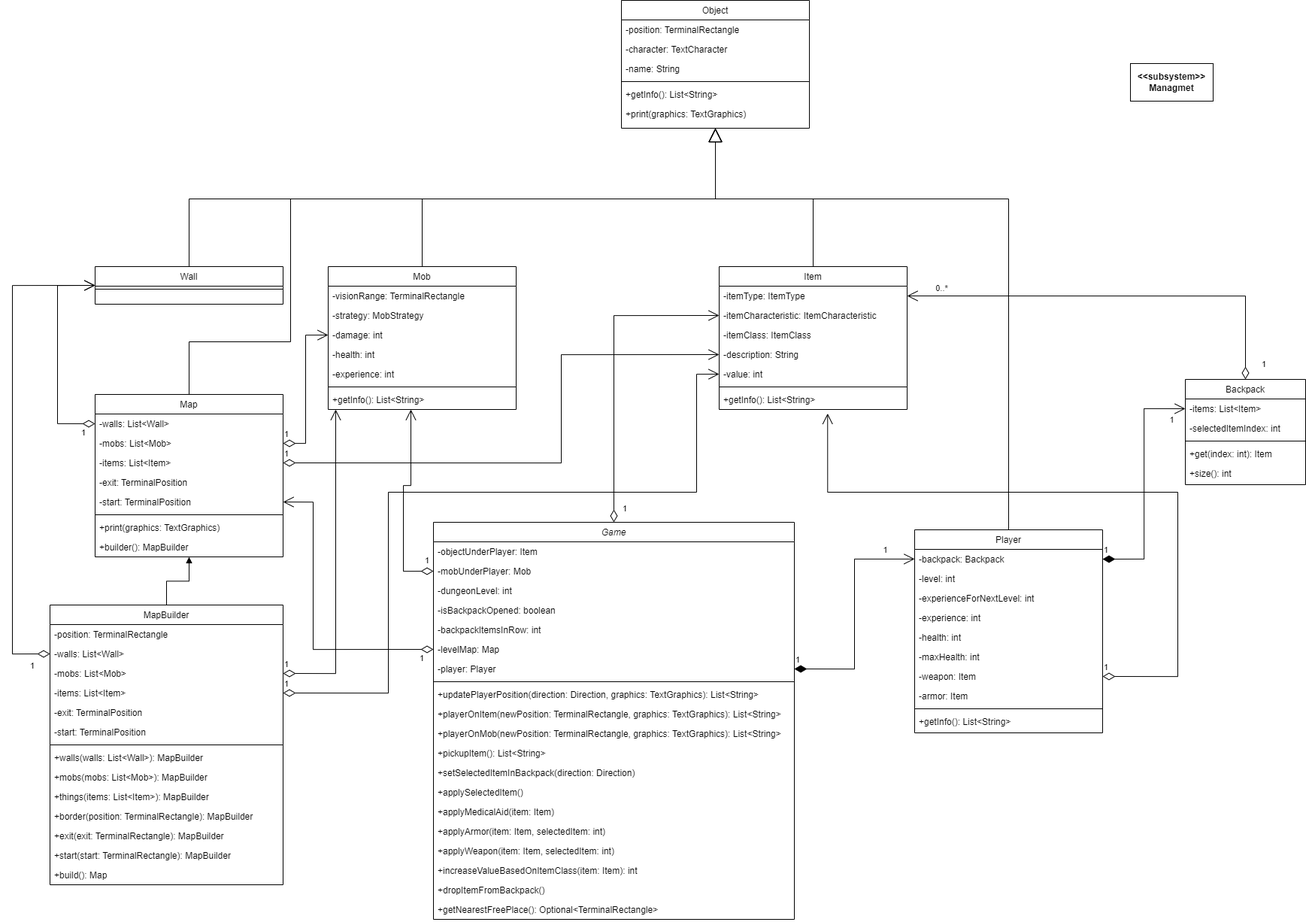
The draw.io diagram images/classDiagramCharacterWithItem.png in MeganDorian/Roguelike, before a commit. Source tidied: cells renumbered, new cells last; positions are measured from the earlier drawing's top-left corner, leaving out a move shared by most shapes.
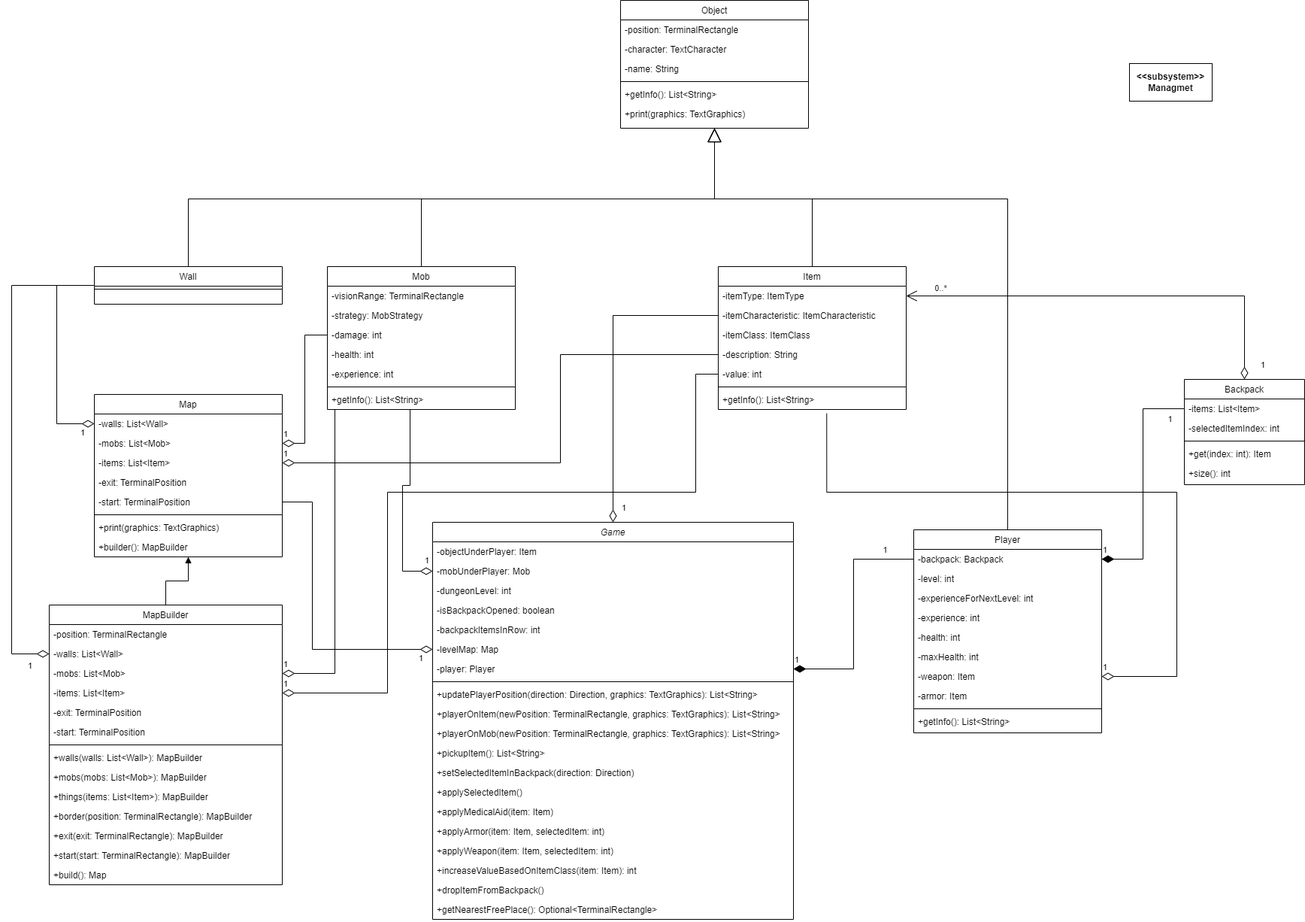
Later version of the same file.

Commit message:
docs: update class diagram

Diff of the diagram source:
```diff
@@ -140,7 +140,7 @@
     <mxCell id="47" value="+size(): int" style="text;align=left;verticalAlign=top;spacingLeft=4;spacingRight=4;overflow=hidden;" parent="42" vertex="1">
       <mxGeometry y="112" width="160" height="26" as="geometry" />
     </mxCell>
-    <mxCell id="48" value="1" style="endArrow=open;html=1;endSize=12;startArrow=diamondThin;startSize=14;startFill=1;edgeStyle=orthogonalEdgeStyle;align=left;verticalAlign=bottom;rounded=0;exitX=1;exitY=0.5;exitDx=0;exitDy=0;" parent="1" edge="1" source="9" target="32">
+    <mxCell id="48" value="1" style="endArrow=none;html=1;endSize=12;startArrow=diamondThin;startSize=14;startFill=1;edgeStyle=orthogonalEdgeStyle;align=left;verticalAlign=bottom;rounded=0;exitX=1;exitY=0.5;exitDx=0;exitDy=0;endFill=0;" parent="1" edge="1" source="9" target="32">
       <mxGeometry x="-1" y="3" relative="1" as="geometry" />
     </mxCell>
     <mxCell id="49" value="1" style="edgeLabel;html=1;align=center;verticalAlign=middle;" parent="48" vertex="1">
@@ -148,7 +148,7 @@
         <mxPoint y="-12" as="offset" />
       </mxGeometry>
     </mxCell>
-    <mxCell id="50" value="1" style="endArrow=open;html=1;endSize=12;startArrow=diamondThin;startSize=14;startFill=1;edgeStyle=orthogonalEdgeStyle;align=left;verticalAlign=bottom;rounded=0;exitX=1;exitY=0.5;exitDx=0;exitDy=0;entryX=0;entryY=0.5;entryDx=0;entryDy=0;" parent="1" edge="1" source="32" target="43">
+    <mxCell id="50" value="1" style="endArrow=none;html=1;endSize=12;startArrow=diamondThin;startSize=14;startFill=1;edgeStyle=orthogonalEdgeStyle;align=left;verticalAlign=bottom;rounded=0;exitX=1;exitY=0.5;exitDx=0;exitDy=0;entryX=0;entryY=0.5;entryDx=0;entryDy=0;endFill=0;" parent="1" edge="1" source="32" target="43">
       <mxGeometry x="-1" y="3" relative="1" as="geometry" />
     </mxCell>
     <mxCell id="51" value="1" style="edgeLabel;html=1;align=center;verticalAlign=middle;" parent="50" vertex="1">
@@ -168,7 +168,7 @@
         <mxPoint x="-11" y="-12" as="offset" />
       </mxGeometry>
     </mxCell>
-    <mxCell id="54" value="1" style="endArrow=open;html=1;endSize=12;startArrow=diamondThin;startSize=14;startFill=0;edgeStyle=orthogonalEdgeStyle;align=left;verticalAlign=bottom;rounded=0;exitX=1;exitY=0.5;exitDx=0;exitDy=0;entryX=0.577;entryY=1.205;entryDx=0;entryDy=0;entryPerimeter=0;" parent="1" edge="1" source="38" target="30">
+    <mxCell id="54" value="1" style="endArrow=none;html=1;endSize=12;startArrow=diamondThin;startSize=14;startFill=0;edgeStyle=orthogonalEdgeStyle;align=left;verticalAlign=bottom;rounded=0;exitX=1;exitY=0.5;exitDx=0;exitDy=0;entryX=0.577;entryY=1.205;entryDx=0;entryDy=0;entryPerimeter=0;endFill=0;" parent="1" edge="1" source="38" target="30">
       <mxGeometry x="-1" y="3" relative="1" as="geometry">
         <Array as="points">
           <mxPoint x="1550" y="899" />
@@ -177,7 +177,7 @@
         </Array>
       </mxGeometry>
     </mxCell>
-    <mxCell id="55" value="1" style="endArrow=open;html=1;endSize=12;startArrow=diamondThin;startSize=14;startFill=0;edgeStyle=orthogonalEdgeStyle;align=left;verticalAlign=bottom;rounded=0;entryX=0;entryY=0.5;entryDx=0;entryDy=0;" parent="1" edge="1" source="2" target="25">
+    <mxCell id="55" value="1" style="endArrow=none;html=1;endSize=12;startArrow=diamondThin;startSize=14;startFill=0;edgeStyle=orthogonalEdgeStyle;align=left;verticalAlign=bottom;rounded=0;entryX=0;entryY=0.5;entryDx=0;entryDy=0;endFill=0;" parent="1" edge="1" source="2" target="25">
       <mxGeometry x="-0.95" y="-10" relative="1" as="geometry" />
     </mxCell>
     <mxCell id="56" value="Object" style="swimlane;fontStyle=0;align=center;verticalAlign=top;horizontal=1;startSize=26;rounded=0;shadow=0;strokeWidth=1;" parent="1" vertex="1">
@@ -241,7 +241,7 @@
     <mxCell id="72" value="+getInfo(): List&lt;String&gt;" style="text;align=left;verticalAlign=top;spacingLeft=4;spacingRight=4;overflow=hidden;" parent="65" vertex="1">
       <mxGeometry y="164" width="250" height="26" as="geometry" />
     </mxCell>
-    <mxCell id="73" value="1" style="endArrow=open;html=1;endSize=12;startArrow=diamondThin;startSize=14;startFill=0;edgeStyle=orthogonalEdgeStyle;align=left;verticalAlign=bottom;rounded=0;exitX=0;exitY=0.5;exitDx=0;exitDy=0;" parent="1" edge="1" source="4">
+    <mxCell id="73" value="1" style="endArrow=none;html=1;endSize=12;startArrow=diamondThin;startSize=14;startFill=0;edgeStyle=orthogonalEdgeStyle;align=left;verticalAlign=bottom;rounded=0;exitX=0;exitY=0.5;exitDx=0;exitDy=0;endFill=0;" parent="1" edge="1" source="4">
       <mxGeometry x="-0.9" y="-5" relative="1" as="geometry">
         <mxPoint x="530" y="544" as="targetPoint" />
         <Array as="points">
@@ -301,7 +301,7 @@
     <mxCell id="86" value="+builder(): MapBuilder" style="text;align=left;verticalAlign=top;spacingLeft=4;spacingRight=4;overflow=hidden;" parent="78" vertex="1">
       <mxGeometry y="190" width="250" height="26" as="geometry" />
     </mxCell>
-    <mxCell id="87" value="1" style="endArrow=open;html=1;endSize=12;startArrow=diamondThin;startSize=14;startFill=0;edgeStyle=orthogonalEdgeStyle;align=left;verticalAlign=bottom;rounded=0;exitX=1;exitY=0.5;exitDx=0;exitDy=0;entryX=0;entryY=0.5;entryDx=0;entryDy=0;" parent="1" edge="1" source="81" target="27">
+    <mxCell id="87" value="1" style="endArrow=none;html=1;endSize=12;startArrow=diamondThin;startSize=14;startFill=0;edgeStyle=orthogonalEdgeStyle;align=left;verticalAlign=bottom;rounded=0;exitX=1;exitY=0.5;exitDx=0;exitDy=0;entryX=0;entryY=0.5;entryDx=0;entryDy=0;endFill=0;" parent="1" edge="1" source="81" target="27">
       <mxGeometry x="-1" y="3" relative="1" as="geometry">
         <Array as="points">
           <mxPoint x="730" y="615" />
@@ -359,7 +359,7 @@
         <mxPoint x="-135" y="112" as="offset" />
       </mxGeometry>
     </mxCell>
-    <mxCell id="104" value="1" style="endArrow=open;html=1;endSize=12;startArrow=diamondThin;startSize=14;startFill=0;edgeStyle=orthogonalEdgeStyle;align=left;verticalAlign=bottom;rounded=0;entryX=1;entryY=0.5;entryDx=0;entryDy=0;exitX=0;exitY=0.5;exitDx=0;exitDy=0;" parent="1" edge="1" source="8" target="83">
+    <mxCell id="104" value="1" style="endArrow=none;html=1;endSize=12;startArrow=diamondThin;startSize=14;startFill=0;edgeStyle=orthogonalEdgeStyle;align=left;verticalAlign=bottom;rounded=0;entryX=1;entryY=0.5;entryDx=0;entryDy=0;exitX=0;exitY=0.5;exitDx=0;exitDy=0;endFill=0;" parent="1" edge="1" source="8" target="83">
       <mxGeometry x="-0.9" y="21" relative="1" as="geometry">
         <Array as="points">
           <mxPoint x="400" y="863" />
@@ -367,7 +367,7 @@
         </Array>
       </mxGeometry>
     </mxCell>
-    <mxCell id="105" value="1" style="endArrow=open;html=1;endSize=12;startArrow=diamondThin;startSize=14;startFill=0;edgeStyle=orthogonalEdgeStyle;align=left;verticalAlign=bottom;rounded=0;entryX=0;entryY=0.5;entryDx=0;entryDy=0;exitX=0;exitY=0.5;exitDx=0;exitDy=0;" parent="1" edge="1" source="79" target="75">
+    <mxCell id="105" value="1" style="endArrow=none;html=1;endSize=12;startArrow=diamondThin;startSize=14;startFill=0;edgeStyle=orthogonalEdgeStyle;align=left;verticalAlign=bottom;rounded=0;entryX=0;entryY=0.5;entryDx=0;entryDy=0;exitX=0;exitY=0.5;exitDx=0;exitDy=0;endFill=0;" parent="1" edge="1" source="79" target="75">
       <mxGeometry x="-0.86" y="21" relative="1" as="geometry">
         <Array as="points">
           <mxPoint x="60" y="563" />
@@ -375,10 +375,10 @@
         </Array>
       </mxGeometry>
     </mxCell>
-    <mxCell id="106" value="1" style="endArrow=open;html=1;endSize=12;startArrow=diamondThin;startSize=14;startFill=0;edgeStyle=orthogonalEdgeStyle;align=left;verticalAlign=bottom;rounded=0;exitX=1;exitY=0.5;exitDx=0;exitDy=0;entryX=0;entryY=0.5;entryDx=0;entryDy=0;" parent="1" edge="1" source="80" target="68">
+    <mxCell id="106" value="1" style="endArrow=none;html=1;endSize=12;startArrow=diamondThin;startSize=14;startFill=0;edgeStyle=orthogonalEdgeStyle;align=left;verticalAlign=bottom;rounded=0;exitX=1;exitY=0.5;exitDx=0;exitDy=0;entryX=0;entryY=0.5;entryDx=0;entryDy=0;endFill=0;" parent="1" edge="1" source="80" target="68">
       <mxGeometry x="-1" y="3" relative="1" as="geometry" />
     </mxCell>
-    <mxCell id="107" value="1" style="endArrow=open;html=1;endSize=12;startArrow=diamondThin;startSize=14;startFill=0;edgeStyle=orthogonalEdgeStyle;align=left;verticalAlign=bottom;rounded=0;exitX=0;exitY=0.5;exitDx=0;exitDy=0;entryX=0;entryY=0.5;entryDx=0;entryDy=0;" parent="1" edge="1" source="90" target="75">
+    <mxCell id="107" value="1" style="endArrow=none;html=1;endSize=12;startArrow=diamondThin;startSize=14;startFill=0;edgeStyle=orthogonalEdgeStyle;align=left;verticalAlign=bottom;rounded=0;exitX=0;exitY=0.5;exitDx=0;exitDy=0;entryX=0;entryY=0.5;entryDx=0;entryDy=0;endFill=0;" parent="1" edge="1" source="90" target="75">
       <mxGeometry x="-0.91" y="25" relative="1" as="geometry">
         <Array as="points">
           <mxPoint y="869" />
@@ -386,14 +386,14 @@
         </Array>
       </mxGeometry>
     </mxCell>
-    <mxCell id="108" value="1" style="endArrow=open;html=1;endSize=12;startArrow=diamondThin;startSize=14;startFill=0;edgeStyle=orthogonalEdgeStyle;align=left;verticalAlign=bottom;rounded=0;exitX=1;exitY=0.5;exitDx=0;exitDy=0;" parent="1" edge="1" source="91" target="65">
+    <mxCell id="108" value="1" style="endArrow=none;html=1;endSize=12;startArrow=diamondThin;startSize=14;startFill=0;edgeStyle=orthogonalEdgeStyle;align=left;verticalAlign=bottom;rounded=0;exitX=1;exitY=0.5;exitDx=0;exitDy=0;endFill=0;" parent="1" edge="1" source="91" target="65">
       <mxGeometry x="-1" y="3" relative="1" as="geometry">
         <Array as="points">
           <mxPoint x="430" y="895" />
         </Array>
       </mxGeometry>
     </mxCell>
-    <mxCell id="109" value="1" style="endArrow=open;html=1;endSize=12;startArrow=diamondThin;startSize=14;startFill=0;edgeStyle=orthogonalEdgeStyle;align=left;verticalAlign=bottom;rounded=0;exitX=1;exitY=0.5;exitDx=0;exitDy=0;entryX=0;entryY=0.5;entryDx=0;entryDy=0;" parent="1" edge="1" source="92" target="28">
+    <mxCell id="109" value="1" style="endArrow=none;html=1;endSize=12;startArrow=diamondThin;startSize=14;startFill=0;edgeStyle=orthogonalEdgeStyle;align=left;verticalAlign=bottom;rounded=0;exitX=1;exitY=0.5;exitDx=0;exitDy=0;entryX=0;entryY=0.5;entryDx=0;entryDy=0;endFill=0;" parent="1" edge="1" source="92" target="28">
       <mxGeometry x="-1" y="3" relative="1" as="geometry">
         <Array as="points">
           <mxPoint x="500" y="921" />
@@ -406,15 +406,5 @@
     <mxCell id="110" value="&lt;b&gt;&amp;lt;&amp;lt;subsystem&amp;gt;&amp;gt;&lt;br&gt;Managmet&lt;/b&gt;" style="html=1;whiteSpace=wrap;" parent="1" vertex="1">
       <mxGeometry x="1487" y="84" width="110" height="50" as="geometry" />
     </mxCell>
-    <mxCell id="111" style="endArrow=block;endSize=16;endFill=0;html=1;rounded=0;exitX=0.5;exitY=0;exitDx=0;exitDy=0;entryX=0.5;entryY=1;entryDx=0;entryDy=0;" parent="1" edge="1" source="78" target="56">
-      <mxGeometry relative="1" as="geometry">
-        <Array as="points">
-          <mxPoint x="235" y="454" />
-          <mxPoint x="370" y="454" />
-          <mxPoint x="370" y="264" />
-          <mxPoint x="935" y="264" />
-        </Array>
-      </mxGeometry>
-    </mxCell>
   </root>
 </mxGraphModel>
```
